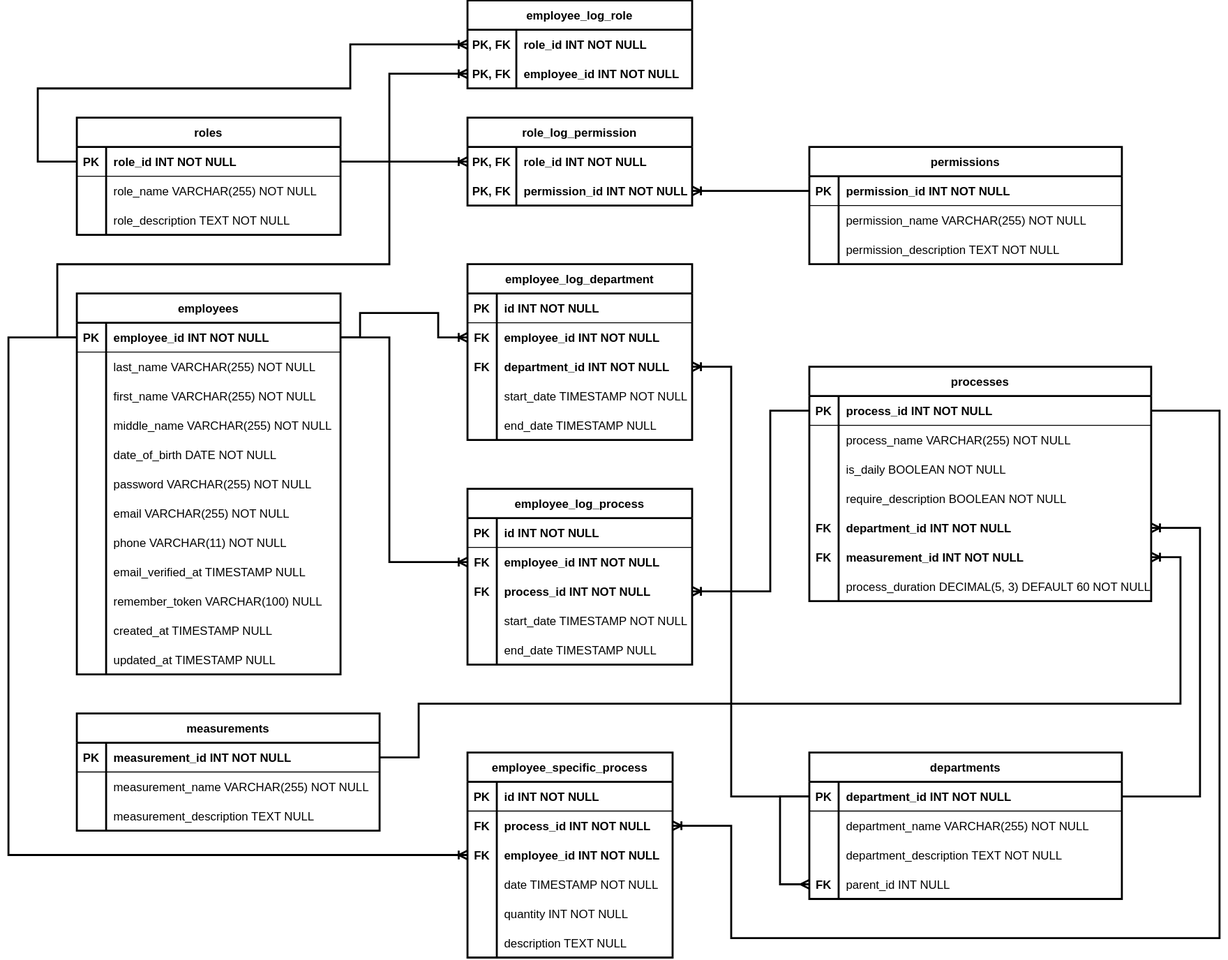
JNorri/library_time keeps this draw.io diagram as _DatabaseStructure/DB structure new.drawio.svg. Above is the earlier version. Source tidied: cells renumbered, new cells last; positions are measured from the earlier drawing's top-left corner, leaving out a move shared by most shapes.
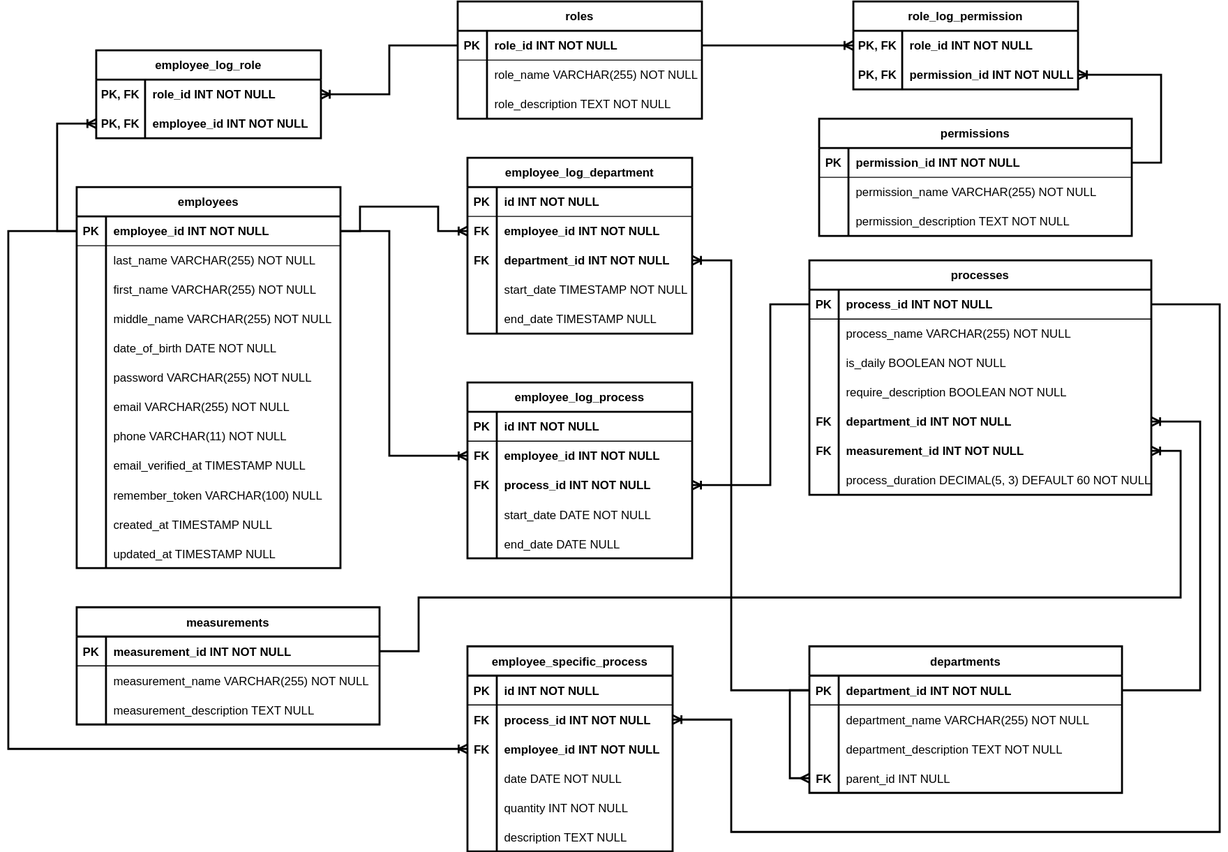
The same diagram one commit later.

Change to the diagram source:
```diff
@@ -245,7 +245,7 @@
     <mxCell id="82" style="shape=partialRectangle;overflow=hidden;fillColor=none;strokeColor=inherit;top=0;left=0;bottom=0;right=0;" parent="81" vertex="1">
       <mxGeometry width="30" height="30" as="geometry" />
     </mxCell>
-    <mxCell id="83" value="date  TIMESTAMP &#9;NOT NULL" style="shape=partialRectangle;overflow=hidden;fillColor=none;align=left;strokeColor=inherit;top=0;left=0;bottom=0;right=0;spacingLeft=6;" parent="81" vertex="1">
+    <mxCell id="83" value="date DATE NOT NULL" style="shape=partialRectangle;overflow=hidden;fillColor=none;align=left;strokeColor=inherit;top=0;left=0;bottom=0;right=0;spacingLeft=6;" parent="81" vertex="1">
       <mxGeometry x="30" width="180" height="30" as="geometry" />
     </mxCell>
     <mxCell id="84" style="shape=tableRow;horizontal=0;startSize=0;swimlaneHead=0;swimlaneBody=0;fillColor=none;strokeColor=inherit;top=0;left=0;right=0;bottom=0;" parent="71" vertex="1">
@@ -356,8 +356,8 @@
     <mxCell id="119" style="edgeStyle=orthogonalEdgeStyle;fontSize=12;html=1;endArrow=none;rounded=0;entryX=0;entryY=0.5;entryDx=0;entryDy=0;exitX=0;exitY=0.5;exitDx=0;exitDy=0;strokeWidth=2;endFill=0;startArrow=ERmany;startFill=0;" parent="106" edge="1" source="116" target="107">
       <mxGeometry relative="1" as="geometry">
         <Array as="points">
-          <mxPoint x="-30" y="135" />
-          <mxPoint x="-30" y="45" />
+          <mxPoint x="-20" y="135" />
+          <mxPoint x="-20" y="45" />
         </Array>
       </mxGeometry>
     </mxCell>
@@ -397,7 +397,7 @@
     <mxCell id="131" style="shape=partialRectangle;overflow=hidden;fillColor=none;strokeColor=inherit;top=0;left=0;bottom=0;right=0;" parent="130" vertex="1">
       <mxGeometry width="30" height="30" as="geometry" />
     </mxCell>
-    <mxCell id="132" value="start_date TIMESTAMP &#9;NOT NULL" style="shape=partialRectangle;overflow=hidden;fillColor=none;align=left;strokeColor=inherit;top=0;left=0;bottom=0;right=0;spacingLeft=6;" parent="130" vertex="1">
+    <mxCell id="132" value="start_date DATE NOT NULL" style="shape=partialRectangle;overflow=hidden;fillColor=none;align=left;strokeColor=inherit;top=0;left=0;bottom=0;right=0;spacingLeft=6;" parent="130" vertex="1">
       <mxGeometry x="30" width="200" height="30" as="geometry" />
     </mxCell>
     <mxCell id="133" style="shape=tableRow;horizontal=0;startSize=0;swimlaneHead=0;swimlaneBody=0;fillColor=none;strokeColor=inherit;top=0;left=0;right=0;bottom=0;" parent="120" vertex="1">
@@ -406,11 +406,11 @@
     <mxCell id="134" style="shape=partialRectangle;overflow=hidden;fillColor=none;strokeColor=inherit;top=0;left=0;bottom=0;right=0;" parent="133" vertex="1">
       <mxGeometry width="30" height="30" as="geometry" />
     </mxCell>
-    <mxCell id="135" value="end_date TIMESTAMP NULL" style="shape=partialRectangle;overflow=hidden;fillColor=none;align=left;strokeColor=inherit;top=0;left=0;bottom=0;right=0;spacingLeft=6;" parent="133" vertex="1">
+    <mxCell id="135" value="end_date DATE NULL" style="shape=partialRectangle;overflow=hidden;fillColor=none;align=left;strokeColor=inherit;top=0;left=0;bottom=0;right=0;spacingLeft=6;" parent="133" vertex="1">
       <mxGeometry x="30" width="200" height="30" as="geometry" />
     </mxCell>
     <mxCell id="136" value="role_log_permission" style="shape=table;startSize=30;rowLines=0;fontStyle=1;align=center;strokeWidth=2;" parent="1" vertex="1">
-      <mxGeometry x="470" y="120" width="230" height="90" as="geometry" />
+      <mxGeometry x="865" y="110" width="230" height="90" as="geometry" />
     </mxCell>
     <mxCell id="137" style="shape=tableRow;horizontal=0;startSize=0;swimlaneHead=0;swimlaneBody=0;fillColor=none;points=[[0,0.5],[1,0.5]];portConstraint=eastwest;strokeColor=inherit;top=0;left=0;right=0;bottom=0;" parent="136" vertex="1">
       <mxGeometry y="30" width="230" height="30" as="geometry" />
@@ -434,37 +434,37 @@
       <mxGeometry relative="1" as="geometry" />
     </mxCell>
     <mxCell id="144" value="roles" style="shape=table;startSize=30;rowLines=0;fontStyle=1;align=center;strokeWidth=2;" parent="1" vertex="1">
-      <mxGeometry x="70" y="120" width="270" height="120" as="geometry" />
+      <mxGeometry x="460" y="110" width="250" height="120" as="geometry" />
     </mxCell>
     <mxCell id="145" style="shape=tableRow;horizontal=0;startSize=0;swimlaneHead=0;swimlaneBody=0;fillColor=none;points=[[0,0.5],[1,0.5]];portConstraint=eastwest;strokeColor=inherit;top=0;left=0;right=0;bottom=1;" parent="144" vertex="1">
-      <mxGeometry y="30" width="270" height="30" as="geometry" />
+      <mxGeometry y="30" width="250" height="30" as="geometry" />
     </mxCell>
     <mxCell id="146" value="PK" style="shape=partialRectangle;overflow=hidden;fillColor=none;strokeColor=inherit;top=0;left=0;bottom=0;right=0;fontStyle=1;" parent="145" vertex="1">
       <mxGeometry width="30" height="30" as="geometry" />
     </mxCell>
     <mxCell id="147" value="role_id INT NOT NULL" style="shape=partialRectangle;overflow=hidden;fillColor=none;align=left;strokeColor=inherit;top=0;left=0;bottom=0;right=0;spacingLeft=6;fontStyle=1;" parent="145" vertex="1">
-      <mxGeometry x="30" width="240" height="30" as="geometry" />
+      <mxGeometry x="30" width="220" height="30" as="geometry" />
     </mxCell>
     <mxCell id="148" style="shape=tableRow;horizontal=0;startSize=0;swimlaneHead=0;swimlaneBody=0;fillColor=none;strokeColor=inherit;top=0;left=0;right=0;bottom=0;" parent="144" vertex="1">
-      <mxGeometry y="60" width="270" height="30" as="geometry" />
+      <mxGeometry y="60" width="250" height="30" as="geometry" />
     </mxCell>
     <mxCell id="149" style="shape=partialRectangle;overflow=hidden;fillColor=none;strokeColor=inherit;top=0;left=0;bottom=0;right=0;" parent="148" vertex="1">
       <mxGeometry width="30" height="30" as="geometry" />
     </mxCell>
     <mxCell id="150" value="role_name &#9;&#9;      VARCHAR(255)                      NOT NULL" style="shape=partialRectangle;overflow=hidden;fillColor=none;align=left;strokeColor=inherit;top=0;left=0;bottom=0;right=0;spacingLeft=6;" parent="148" vertex="1">
-      <mxGeometry x="30" width="240" height="30" as="geometry" />
+      <mxGeometry x="30" width="220" height="30" as="geometry" />
     </mxCell>
     <mxCell id="151" style="shape=tableRow;horizontal=0;startSize=0;swimlaneHead=0;swimlaneBody=0;fillColor=none;strokeColor=inherit;top=0;left=0;right=0;bottom=0;" parent="144" vertex="1">
-      <mxGeometry y="90" width="270" height="30" as="geometry" />
+      <mxGeometry y="90" width="250" height="30" as="geometry" />
     </mxCell>
     <mxCell id="152" style="shape=partialRectangle;overflow=hidden;fillColor=none;strokeColor=inherit;top=0;left=0;bottom=0;right=0;" parent="151" vertex="1">
       <mxGeometry width="30" height="30" as="geometry" />
     </mxCell>
     <mxCell id="153" value="role_description &#9;TEXT NOT NULL" style="shape=partialRectangle;overflow=hidden;fillColor=none;align=left;strokeColor=inherit;top=0;left=0;bottom=0;right=0;spacingLeft=6;" parent="151" vertex="1">
-      <mxGeometry x="30" width="240" height="30" as="geometry" />
+      <mxGeometry x="30" width="220" height="30" as="geometry" />
     </mxCell>
     <mxCell id="154" value="permissions" style="shape=table;startSize=30;rowLines=0;fontStyle=1;align=center;strokeWidth=2;" parent="1" vertex="1">
-      <mxGeometry x="820" y="150" width="320" height="120" as="geometry" />
+      <mxGeometry x="830" y="230" width="320" height="120" as="geometry" />
     </mxCell>
     <mxCell id="155" style="shape=tableRow;horizontal=0;startSize=0;swimlaneHead=0;swimlaneBody=0;fillColor=none;points=[[0,0.5],[1,0.5]];portConstraint=eastwest;strokeColor=inherit;top=0;left=0;right=0;bottom=1;" parent="154" vertex="1">
       <mxGeometry y="30" width="320" height="30" as="geometry" />
@@ -494,7 +494,7 @@
       <mxGeometry x="30" width="290" height="30" as="geometry" />
     </mxCell>
     <mxCell id="164" value="employee_log_role" style="shape=table;startSize=30;rowLines=0;fontStyle=1;align=center;strokeWidth=2;" parent="1" vertex="1">
-      <mxGeometry x="470" width="230" height="90" as="geometry" />
+      <mxGeometry x="90" y="160" width="230" height="90" as="geometry" />
     </mxCell>
     <mxCell id="165" style="shape=tableRow;horizontal=0;startSize=0;swimlaneHead=0;swimlaneBody=0;fillColor=none;points=[[0,0.5],[1,0.5]];portConstraint=eastwest;strokeColor=inherit;top=0;left=0;right=0;bottom=0;" parent="164" vertex="1">
       <mxGeometry y="30" width="230" height="30" as="geometry" />
@@ -514,13 +514,11 @@
     <mxCell id="170" value="employee_id INT NOT NULL" style="shape=partialRectangle;overflow=hidden;fillColor=none;align=left;strokeColor=inherit;top=0;left=0;bottom=0;right=0;spacingLeft=6;fontStyle=1;" parent="168" vertex="1">
       <mxGeometry x="50" width="180" height="30" as="geometry" />
     </mxCell>
-    <mxCell id="171" style="edgeStyle=orthogonalEdgeStyle;fontSize=12;html=1;endArrow=none;rounded=0;strokeWidth=2;startArrow=ERoneToMany;startFill=0;endFill=0;entryX=0;entryY=0.5;entryDx=0;entryDy=0;exitX=0;exitY=0.5;exitDx=0;exitDy=0;" parent="1" edge="1" source="165" target="145">
+    <mxCell id="171" style="edgeStyle=orthogonalEdgeStyle;fontSize=12;html=1;endArrow=none;rounded=0;strokeWidth=2;startArrow=ERoneToMany;startFill=0;endFill=0;entryX=0;entryY=0.5;entryDx=0;entryDy=0;exitX=1;exitY=0.5;exitDx=0;exitDy=0;" parent="1" edge="1" source="165" target="145">
       <mxGeometry relative="1" as="geometry">
         <Array as="points">
-          <mxPoint x="350" y="45" />
-          <mxPoint x="350" y="90" />
-          <mxPoint x="30" y="90" />
-          <mxPoint x="30" y="165" />
+          <mxPoint x="390" y="205" />
+          <mxPoint x="390" y="155" />
         </Array>
       </mxGeometry>
     </mxCell>
@@ -578,15 +576,18 @@
         </Array>
       </mxGeometry>
     </mxCell>
-    <mxCell id="178" style="edgeStyle=orthogonalEdgeStyle;fontSize=12;html=1;endArrow=none;rounded=0;strokeWidth=2;startArrow=ERoneToMany;startFill=0;endFill=0;entryX=0;entryY=0.5;entryDx=0;entryDy=0;exitX=1;exitY=0.5;exitDx=0;exitDy=0;" parent="1" edge="1" source="140" target="155">
-      <mxGeometry relative="1" as="geometry" />
+    <mxCell id="178" style="edgeStyle=orthogonalEdgeStyle;fontSize=12;html=1;endArrow=none;rounded=0;strokeWidth=2;startArrow=ERoneToMany;startFill=0;endFill=0;entryX=1;entryY=0.5;entryDx=0;entryDy=0;exitX=1;exitY=0.5;exitDx=0;exitDy=0;" parent="1" edge="1" source="140" target="155">
+      <mxGeometry relative="1" as="geometry">
+        <Array as="points">
+          <mxPoint x="1180" y="185" />
+          <mxPoint x="1180" y="275" />
+        </Array>
+      </mxGeometry>
     </mxCell>
     <mxCell id="179" style="edgeStyle=orthogonalEdgeStyle;fontSize=12;html=1;endArrow=none;rounded=0;strokeWidth=2;startArrow=ERoneToMany;startFill=0;endFill=0;exitX=0;exitY=0.5;exitDx=0;exitDy=0;entryX=0;entryY=0.5;entryDx=0;entryDy=0;" parent="1" edge="1" source="168" target="35">
       <mxGeometry relative="1" as="geometry">
         <Array as="points">
-          <mxPoint x="390" y="75" />
-          <mxPoint x="390" y="270" />
-          <mxPoint x="50" y="270" />
+          <mxPoint x="50" y="235" />
           <mxPoint x="50" y="345" />
         </Array>
       </mxGeometry>
```
